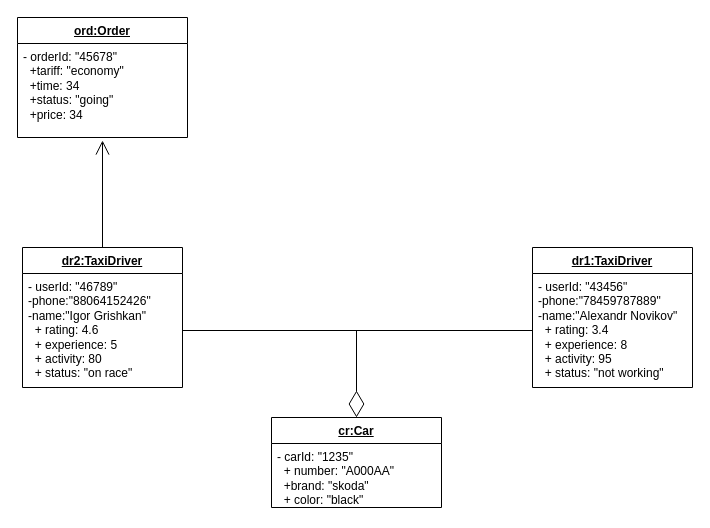
The draw.io diagram лаба2/Диаграмма объектов.drawio in googlevlad/Lebedkin_vlad_ooap_lab1, before the edit. Source tidied: cells renumbered, new cells numbered last; positions are measured from the earlier drawing's top-left corner, leaving out a move shared by most shapes. Both pictures are drawn from the tidied source at 100%, with x=0, y=0 at pixel (17, 17).
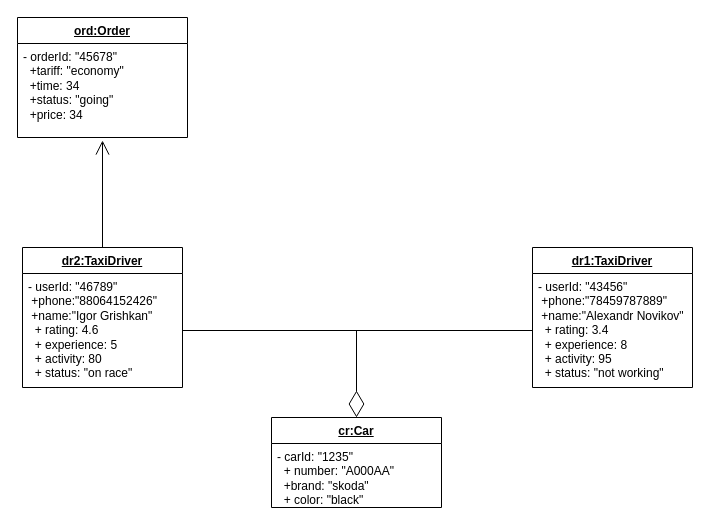
The same diagram, later.

Diff of the diagram source:
```diff
@@
 <mxGraphModel>
   <root>
     <mxCell id="0" />
     <mxCell id="1" parent="0" />
     <mxCell id="2" value="&lt;u&gt;dr2:TaxiDriver&lt;/u&gt;" style="swimlane;fontStyle=1;align=center;verticalAlign=top;horizontal=1;startSize=26;whiteSpace=wrap;html=1;" parent="1" vertex="1">
       <mxGeometry x="5" y="230" width="160" height="140" as="geometry" />
     </mxCell>
-    <mxCell id="3" value="&lt;div&gt;- userId: &quot;46789&quot;&lt;/div&gt;&lt;div&gt;&lt;div&gt;-phone:&lt;span style=&quot;background-color: transparent; color: light-dark(rgb(0, 0, 0), rgb(255, 255, 255));&quot;&gt;&quot;88064152426&quot;&lt;/span&gt;&lt;/div&gt;&lt;div&gt;-name:&lt;span style=&quot;background-color: transparent; color: light-dark(rgb(0, 0, 0), rgb(255, 255, 255));&quot;&gt;&quot;Igor Grishkan&quot;&lt;/span&gt;&lt;/div&gt;&lt;/div&gt;&lt;div&gt;&amp;nbsp; + rating: 4.6&lt;/div&gt;&lt;div&gt;&amp;nbsp; + experience: 5&lt;/div&gt;&lt;div&gt;&amp;nbsp; + activity: 80&lt;/div&gt;&lt;div&gt;&amp;nbsp; + status:&amp;nbsp;&lt;span style=&quot;background-color: transparent; color: light-dark(rgb(0, 0, 0), rgb(255, 255, 255));&quot;&gt;&quot;on race&quot;&lt;/span&gt;&lt;/div&gt;&lt;div&gt;&amp;nbsp;&amp;nbsp;&lt;/div&gt;&lt;div&gt;&amp;nbsp;&amp;nbsp;&lt;br&gt;&lt;/div&gt;" style="text;strokeColor=none;fillColor=none;align=left;verticalAlign=top;spacingLeft=4;spacingRight=4;overflow=hidden;points=[[0,0.5],[1,0.5]];portConstraint=eastwest;whiteSpace=wrap;html=1;" parent="2" vertex="1">
+    <mxCell id="3" value="&lt;div&gt;- userId: &quot;46789&quot;&lt;/div&gt;&lt;div&gt;&lt;div&gt;&amp;nbsp;+phone:&lt;span style=&quot;background-color: transparent; color: light-dark(rgb(0, 0, 0), rgb(255, 255, 255));&quot;&gt;&quot;88064152426&quot;&lt;/span&gt;&lt;/div&gt;&lt;div&gt;&amp;nbsp;+name:&lt;span style=&quot;background-color: transparent; color: light-dark(rgb(0, 0, 0), rgb(255, 255, 255));&quot;&gt;&quot;Igor Grishkan&quot;&lt;/span&gt;&lt;/div&gt;&lt;/div&gt;&lt;div&gt;&amp;nbsp; + rating: 4.6&lt;/div&gt;&lt;div&gt;&amp;nbsp; + experience: 5&lt;/div&gt;&lt;div&gt;&amp;nbsp; + activity: 80&lt;/div&gt;&lt;div&gt;&amp;nbsp; + status:&amp;nbsp;&lt;span style=&quot;background-color: transparent; color: light-dark(rgb(0, 0, 0), rgb(255, 255, 255));&quot;&gt;&quot;on race&quot;&lt;/span&gt;&lt;/div&gt;&lt;div&gt;&amp;nbsp;&amp;nbsp;&lt;/div&gt;&lt;div&gt;&amp;nbsp;&amp;nbsp;&lt;br&gt;&lt;/div&gt;" style="text;strokeColor=none;fillColor=none;align=left;verticalAlign=top;spacingLeft=4;spacingRight=4;overflow=hidden;points=[[0,0.5],[1,0.5]];portConstraint=eastwest;whiteSpace=wrap;html=1;" parent="2" vertex="1">
       <mxGeometry y="26" width="160" height="114" as="geometry" />
     </mxCell>
     <mxCell id="4" value="&lt;u&gt;cr:Car&lt;/u&gt;" style="swimlane;fontStyle=1;align=center;verticalAlign=top;horizontal=1;startSize=26;whiteSpace=wrap;html=1;" parent="1" vertex="1">
       <mxGeometry x="254" y="400" width="170" height="90" as="geometry" />
     </mxCell>
     <mxCell id="5" value="&lt;div&gt;- carId: &quot;1235&quot;&lt;/div&gt;&lt;div&gt;&amp;nbsp; + number:&amp;nbsp;&lt;span style=&quot;background-color: transparent; color: light-dark(rgb(0, 0, 0), rgb(255, 255, 255));&quot;&gt;&quot;A000AA&quot;&lt;/span&gt;&lt;/div&gt;&lt;div&gt;&amp;nbsp; +brand:&amp;nbsp;&lt;span style=&quot;background-color: transparent; color: light-dark(rgb(0, 0, 0), rgb(255, 255, 255));&quot;&gt;&quot;skoda&quot;&lt;/span&gt;&lt;/div&gt;&lt;div&gt;&amp;nbsp; + color:&amp;nbsp;&lt;span style=&quot;background-color: transparent; color: light-dark(rgb(0, 0, 0), rgb(255, 255, 255));&quot;&gt;&quot;black&quot;&lt;/span&gt;&lt;/div&gt;&lt;div&gt;&lt;br&gt;&lt;/div&gt;" style="text;strokeColor=none;fillColor=none;align=left;verticalAlign=top;spacingLeft=4;spacingRight=4;overflow=hidden;whiteSpace=wrap;html=1;" parent="4" vertex="1">
       <mxGeometry y="26" width="170" height="64" as="geometry" />
     </mxCell>
     <mxCell id="6" value="&lt;u&gt;dr1:TaxiDriver&lt;/u&gt;" style="swimlane;fontStyle=1;align=center;verticalAlign=top;horizontal=1;startSize=26;whiteSpace=wrap;html=1;" parent="1" vertex="1">
       <mxGeometry x="515" y="230" width="160" height="140" as="geometry" />
     </mxCell>
     <mxCell id="7" style="edgeStyle=orthogonalEdgeStyle;rounded=0;jettySize=auto;html=1;exitX=0;exitY=0.5;exitDx=0;exitDy=0;endArrow=none;endFill=0;" parent="6" edge="1" source="8">
       <mxGeometry relative="1" as="geometry">
         <mxPoint x="-180" y="83" as="targetPoint" />
       </mxGeometry>
     </mxCell>
-    <mxCell id="8" value="&lt;div&gt;- userId: &quot;43456&quot;&lt;/div&gt;&lt;div&gt;&lt;div&gt;-phone:&lt;span style=&quot;background-color: transparent; color: light-dark(rgb(0, 0, 0), rgb(255, 255, 255));&quot;&gt;&quot;78459787889&quot;&lt;/span&gt;&lt;/div&gt;&lt;div&gt;-name:&lt;span style=&quot;background-color: transparent; color: light-dark(rgb(0, 0, 0), rgb(255, 255, 255));&quot;&gt;&quot;Alexandr Novikov&quot;&lt;/span&gt;&lt;/div&gt;&lt;/div&gt;&lt;div&gt;&amp;nbsp; + rating: 3.4&lt;/div&gt;&lt;div&gt;&amp;nbsp; + experience: 8&lt;/div&gt;&lt;div&gt;&amp;nbsp; + activity: 95&lt;/div&gt;&lt;div&gt;&amp;nbsp; + status:&amp;nbsp;&lt;span style=&quot;background-color: transparent; color: light-dark(rgb(0, 0, 0), rgb(255, 255, 255));&quot;&gt;&quot;not working&quot;&lt;/span&gt;&lt;/div&gt;&lt;div&gt;&amp;nbsp;&amp;nbsp;&lt;/div&gt;&lt;div&gt;&amp;nbsp;&amp;nbsp;&lt;br&gt;&lt;/div&gt;" style="text;strokeColor=none;fillColor=none;align=left;verticalAlign=top;spacingLeft=4;spacingRight=4;overflow=hidden;points=[[0,0.5],[1,0.5]];portConstraint=eastwest;whiteSpace=wrap;html=1;" parent="6" vertex="1">
+    <mxCell id="8" value="&lt;div&gt;- userId: &quot;43456&quot;&lt;/div&gt;&lt;div&gt;&lt;div&gt;&amp;nbsp;+phone:&lt;span style=&quot;background-color: transparent; color: light-dark(rgb(0, 0, 0), rgb(255, 255, 255));&quot;&gt;&quot;78459787889&quot;&lt;/span&gt;&lt;/div&gt;&lt;div&gt;&amp;nbsp;+name:&lt;span style=&quot;background-color: transparent; color: light-dark(rgb(0, 0, 0), rgb(255, 255, 255));&quot;&gt;&quot;Alexandr Novikov&quot;&lt;/span&gt;&lt;/div&gt;&lt;/div&gt;&lt;div&gt;&amp;nbsp; + rating: 3.4&lt;/div&gt;&lt;div&gt;&amp;nbsp; + experience: 8&lt;/div&gt;&lt;div&gt;&amp;nbsp; + activity: 95&lt;/div&gt;&lt;div&gt;&amp;nbsp; + status:&amp;nbsp;&lt;span style=&quot;background-color: transparent; color: light-dark(rgb(0, 0, 0), rgb(255, 255, 255));&quot;&gt;&quot;not working&quot;&lt;/span&gt;&lt;/div&gt;&lt;div&gt;&amp;nbsp;&amp;nbsp;&lt;/div&gt;&lt;div&gt;&amp;nbsp;&amp;nbsp;&lt;br&gt;&lt;/div&gt;" style="text;strokeColor=none;fillColor=none;align=left;verticalAlign=top;spacingLeft=4;spacingRight=4;overflow=hidden;points=[[0,0.5],[1,0.5]];portConstraint=eastwest;whiteSpace=wrap;html=1;" parent="6" vertex="1">
       <mxGeometry y="26" width="160" height="114" as="geometry" />
     </mxCell>
     <mxCell id="9" value="&lt;u&gt;ord:Order&lt;/u&gt;" style="swimlane;fontStyle=1;align=center;verticalAlign=top;horizontal=1;startSize=26;whiteSpace=wrap;html=1;" parent="1" vertex="1">
       <mxGeometry width="170" height="120" as="geometry" />
     </mxCell>
     <mxCell id="10" value="&lt;div&gt;- orderId: &quot;45678&quot;&lt;/div&gt;&lt;div&gt;&amp;nbsp; +tariff:&amp;nbsp;&lt;span style=&quot;background-color: transparent; color: light-dark(rgb(0, 0, 0), rgb(255, 255, 255));&quot;&gt;&quot;economy&quot;&lt;/span&gt;&lt;/div&gt;&lt;div&gt;&amp;nbsp; +time: 34&lt;/div&gt;&lt;div&gt;&lt;span style=&quot;background-color: transparent; color: light-dark(rgb(0, 0, 0), rgb(255, 255, 255));&quot;&gt;&amp;nbsp; +status:&amp;nbsp;&lt;/span&gt;&lt;span style=&quot;background-color: transparent; color: light-dark(rgb(0, 0, 0), rgb(255, 255, 255));&quot;&gt;&quot;going&quot;&lt;/span&gt;&lt;/div&gt;&lt;div&gt;&amp;nbsp; +price: 34&lt;/div&gt;" style="text;strokeColor=none;fillColor=none;align=left;verticalAlign=top;spacingLeft=4;spacingRight=4;overflow=hidden;points=[[0,0.5],[1,0.5]];portConstraint=eastwest;whiteSpace=wrap;html=1;" parent="9" vertex="1">
       <mxGeometry y="26" width="170" height="94" as="geometry" />
     </mxCell>
     <mxCell id="11" style="endArrow=diamondThin;endFill=0;endSize=24;html=1;rounded=0;exitX=1;exitY=0.5;exitDx=0;exitDy=0;edgeStyle=orthogonalEdgeStyle;entryX=0.5;entryY=0;entryDx=0;entryDy=0;" parent="1" edge="1" source="3" target="4">
       <mxGeometry relative="1" as="geometry" />
     </mxCell>
     <mxCell id="12" style="endArrow=open;endFill=1;endSize=12;html=1;rounded=0;exitX=0.5;exitY=0;exitDx=0;exitDy=0;entryX=0.5;entryY=1.032;entryDx=0;entryDy=0;entryPerimeter=0;" parent="1" edge="1" source="2" target="10">
       <mxGeometry relative="1" as="geometry" />
     </mxCell>
   </root>
 </mxGraphModel>
```
